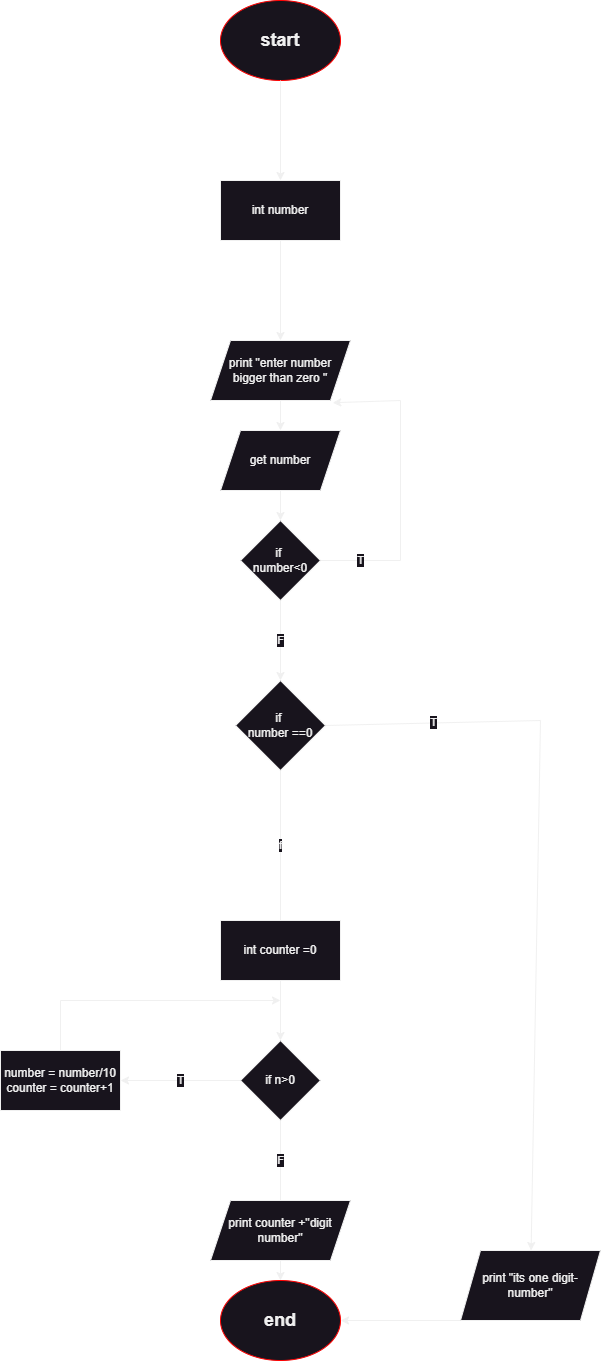
Before: flowchart/task3.png, a diagram exported from draw.io (BehradBarzegar/Fundamental-computer-). Source tidied: cells renumbered, new cells last; positions are measured from the earlier drawing's top-left corner, leaving out a move shared by most shapes.
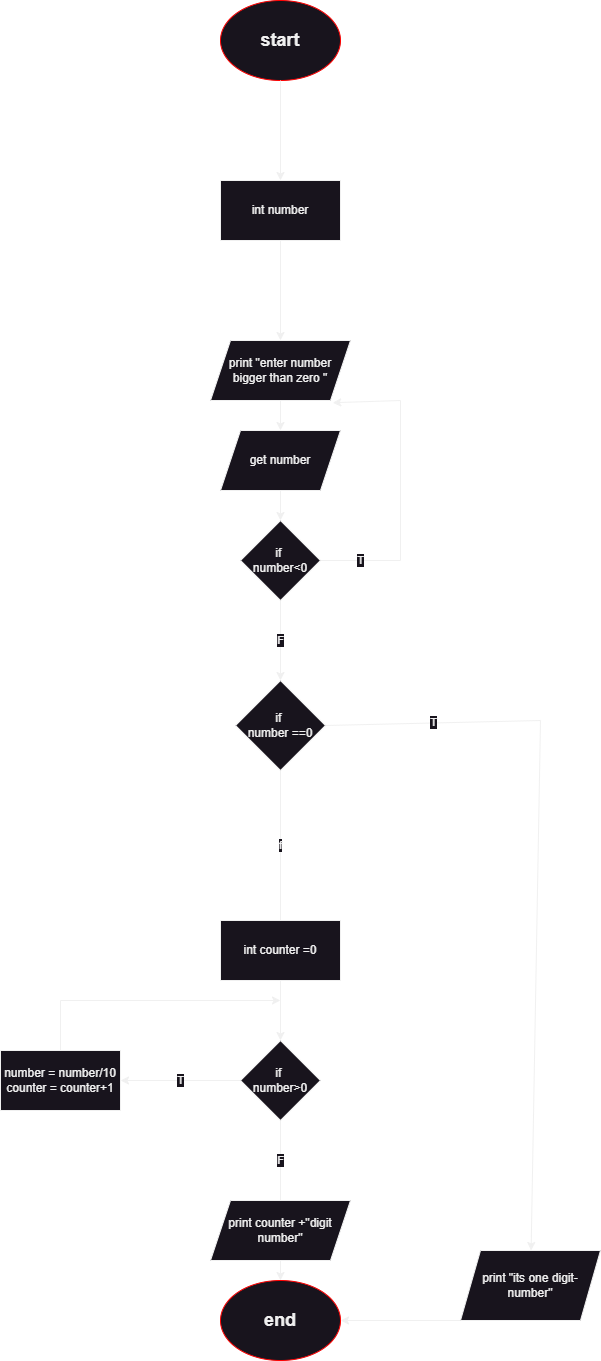
Later version of the same file.

What changed in the source:
```diff
@@ -70,7 +70,7 @@
         <mxPoint x="280" y="980" as="sourcePoint" />
       </mxGeometry>
     </mxCell>
-    <mxCell id="19" value="if n&amp;gt;0" style="rhombus;whiteSpace=wrap;html=1;" parent="1" vertex="1">
+    <mxCell id="19" value="if&amp;nbsp;&lt;br&gt;number&amp;gt;0" style="rhombus;whiteSpace=wrap;html=1;" parent="1" vertex="1">
       <mxGeometry x="240" y="1040" width="80" height="80" as="geometry" />
     </mxCell>
     <mxCell id="20" value="T" style="endArrow=classic;html=1;rounded=0;exitX=0;exitY=0.5;exitDx=0;exitDy=0;" parent="1" edge="1" source="19">
```
